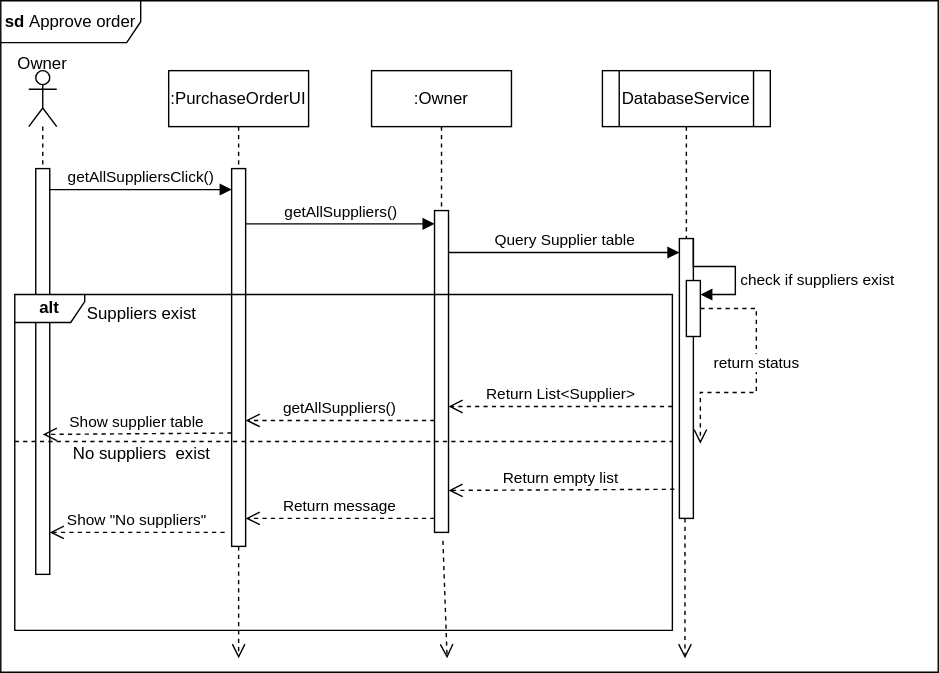
Above: approve_order.svg in Simamkele88/IFM3_GP (draw.io), before the change. Source tidied: cells renumbered, new cells last; positions are measured from the earlier drawing's top-left corner, leaving out a move shared by most shapes. Its diagram source:
```xml
<mxGraphModel>
  <root>
    <mxCell id="0" />
    <mxCell id="1" parent="0" />
    <mxCell id="2" value="&lt;b&gt;sd&lt;/b&gt;&amp;nbsp;Approve order" style="shape=umlFrame;whiteSpace=wrap;html=1;width=100;height=30;" parent="1" vertex="1">
      <mxGeometry width="670" height="480" as="geometry" />
    </mxCell>
    <mxCell id="3" style="shape=umlLifeline;perimeter=lifelinePerimeter;whiteSpace=wrap;html=1;newEdgeStyle={&quot;curved&quot;:0,&quot;rounded&quot;:0};participant=umlActor;" parent="1" vertex="1">
      <mxGeometry x="20" y="50" width="20" height="80" as="geometry" />
    </mxCell>
    <mxCell id="4" value=":PurchaseOrderUI" style="shape=umlLifeline;perimeter=lifelinePerimeter;whiteSpace=wrap;html=1;newEdgeStyle={&quot;curved&quot;:0,&quot;rounded&quot;:0};" parent="1" vertex="1">
      <mxGeometry x="120" y="50" width="100" height="340" as="geometry" />
    </mxCell>
    <mxCell id="5" style="html=1;points=[[0,0,0,0,5],[0,1,0,0,-5],[1,0,0,0,5],[1,1,0,0,-5]];perimeter=orthogonalPerimeter;outlineConnect=0;targetShapes=umlLifeline;portConstraint=eastwest;newEdgeStyle={&quot;curved&quot;:0,&quot;rounded&quot;:0};" parent="4" vertex="1">
      <mxGeometry x="45" y="70" width="10" height="270" as="geometry" />
    </mxCell>
    <mxCell id="6" style="html=1;points=[[0,0,0,0,5],[0,1,0,0,-5],[1,0,0,0,5],[1,1,0,0,-5]];perimeter=orthogonalPerimeter;outlineConnect=0;targetShapes=umlLifeline;portConstraint=eastwest;newEdgeStyle={&quot;curved&quot;:0,&quot;rounded&quot;:0};" parent="1" vertex="1">
      <mxGeometry x="25" y="120" width="10" height="290" as="geometry" />
    </mxCell>
    <mxCell id="7" value="getAllSuppliersClick()" style="html=1;verticalAlign=bottom;endArrow=block;curved=0;rounded=0;" parent="1" edge="1" source="6" target="5">
      <mxGeometry relative="1" as="geometry">
        <Array as="points">
          <mxPoint x="100" y="135" />
        </Array>
      </mxGeometry>
    </mxCell>
    <mxCell id="8" value=":Owner" style="shape=umlLifeline;perimeter=lifelinePerimeter;whiteSpace=wrap;html=1;newEdgeStyle={&quot;curved&quot;:0,&quot;rounded&quot;:0};" parent="1" vertex="1">
      <mxGeometry x="265" y="50" width="100" height="100" as="geometry" />
    </mxCell>
    <mxCell id="9" style="html=1;points=[[0,0,0,0,5],[0,1,0,0,-5],[1,0,0,0,5],[1,1,0,0,-5]];perimeter=orthogonalPerimeter;outlineConnect=0;targetShapes=umlLifeline;portConstraint=eastwest;newEdgeStyle={&quot;curved&quot;:0,&quot;rounded&quot;:0};" parent="1" vertex="1">
      <mxGeometry x="310" y="150" width="10" height="230" as="geometry" />
    </mxCell>
    <mxCell id="10" value="getAllSuppliers()" style="html=1;verticalAlign=bottom;endArrow=block;curved=0;rounded=0;" parent="1" edge="1">
      <mxGeometry x="0.01" relative="1" as="geometry">
        <mxPoint x="175" y="159.5" as="sourcePoint" />
        <mxPoint x="310" y="159.5" as="targetPoint" />
        <Array as="points">
          <mxPoint x="245" y="159.5" />
        </Array>
      </mxGeometry>
    </mxCell>
    <mxCell id="11" value="DatabaseService" style="shape=process;whiteSpace=wrap;html=1;backgroundOutline=1;" parent="1" vertex="1">
      <mxGeometry x="430" y="50" width="120" height="40" as="geometry" />
    </mxCell>
    <mxCell id="12" style="html=1;points=[[0,0,0,0,5],[0,1,0,0,-5],[1,0,0,0,5],[1,1,0,0,-5]];perimeter=orthogonalPerimeter;outlineConnect=0;targetShapes=umlLifeline;portConstraint=eastwest;newEdgeStyle={&quot;curved&quot;:0,&quot;rounded&quot;:0};" parent="1" vertex="1">
      <mxGeometry x="485" y="170" width="10" height="200" as="geometry" />
    </mxCell>
    <mxCell id="13" style="html=1;verticalAlign=bottom;endArrow=none;dashed=1;endSize=8;curved=0;rounded=0;startFill=0;exitX=0.5;exitY=1;exitDx=0;exitDy=0;" parent="1" edge="1" source="11" target="12">
      <mxGeometry relative="1" as="geometry" />
    </mxCell>
    <mxCell id="14" style="html=1;verticalAlign=bottom;endArrow=open;dashed=1;endSize=8;curved=0;rounded=0;" parent="1" edge="1" source="5">
      <mxGeometry relative="1" as="geometry">
        <mxPoint x="170" y="470" as="targetPoint" />
      </mxGeometry>
    </mxCell>
    <mxCell id="15" style="html=1;verticalAlign=bottom;endArrow=open;dashed=1;endSize=8;curved=0;rounded=0;exitX=0.6;exitY=1.026;exitDx=0;exitDy=0;exitPerimeter=0;" parent="1" edge="1" source="9">
      <mxGeometry relative="1" as="geometry">
        <mxPoint x="319" y="470" as="targetPoint" />
      </mxGeometry>
    </mxCell>
    <mxCell id="16" style="html=1;verticalAlign=bottom;endArrow=open;dashed=1;endSize=8;curved=0;rounded=0;" parent="1" edge="1">
      <mxGeometry relative="1" as="geometry">
        <mxPoint x="489" y="370" as="sourcePoint" />
        <mxPoint x="489" y="470" as="targetPoint" />
      </mxGeometry>
    </mxCell>
    <mxCell id="17" value="Query Supplier table" style="html=1;verticalAlign=bottom;endArrow=block;curved=0;rounded=0;" parent="1" edge="1" target="12">
      <mxGeometry relative="1" as="geometry">
        <mxPoint x="320" y="180" as="sourcePoint" />
      </mxGeometry>
    </mxCell>
    <mxCell id="18" style="html=1;points=[[0,0,0,0,5],[0,1,0,0,-5],[1,0,0,0,5],[1,1,0,0,-5]];perimeter=orthogonalPerimeter;outlineConnect=0;targetShapes=umlLifeline;portConstraint=eastwest;newEdgeStyle={&quot;curved&quot;:0,&quot;rounded&quot;:0};" parent="1" vertex="1">
      <mxGeometry x="490" y="200" width="10" height="40" as="geometry" />
    </mxCell>
    <mxCell id="19" value="check if suppliers exist" style="html=1;align=left;spacingLeft=2;endArrow=block;rounded=0;edgeStyle=orthogonalEdgeStyle;curved=0;rounded=0;" parent="1" edge="1" target="18">
      <mxGeometry x="0.26" relative="1" as="geometry">
        <mxPoint x="495" y="170" as="sourcePoint" />
        <Array as="points">
          <mxPoint x="495" y="190" />
          <mxPoint x="525" y="190" />
          <mxPoint x="525" y="210" />
        </Array>
      </mxGeometry>
    </mxCell>
    <mxCell id="20" value="Owner" style="text;html=1;align=center;verticalAlign=middle;whiteSpace=wrap;rounded=0;" parent="1" vertex="1">
      <mxGeometry y="30" width="60" height="30" as="geometry" />
    </mxCell>
    <mxCell id="21" value="&lt;b&gt;alt&lt;/b&gt;" style="shape=umlFrame;whiteSpace=wrap;html=1;width=50;height=20;" parent="1" vertex="1">
      <mxGeometry x="10" y="210" width="470" height="240" as="geometry" />
    </mxCell>
    <mxCell id="22" value="Suppliers exist" style="text;html=1;" parent="21" vertex="1">
      <mxGeometry width="100" height="20" relative="1" as="geometry">
        <mxPoint x="50" as="offset" />
      </mxGeometry>
    </mxCell>
    <mxCell id="23" style="line;strokeWidth=1;dashed=1;labelPosition=center;verticalLabelPosition=bottom;align=left;verticalAlign=top;spacingLeft=20;spacingTop=15;html=1;whiteSpace=wrap;" parent="21" vertex="1">
      <mxGeometry y="100" width="470" height="10" as="geometry" />
    </mxCell>
    <mxCell id="24" value="No suppliers&amp;nbsp; exist" style="text;html=1;" parent="21" vertex="1">
      <mxGeometry x="40" y="100" width="100" height="20" as="geometry" />
    </mxCell>
    <mxCell id="25" value="Return List&amp;lt;Supplier&amp;gt;" style="html=1;verticalAlign=bottom;endArrow=open;dashed=1;endSize=8;curved=0;rounded=0;" parent="21" edge="1">
      <mxGeometry relative="1" as="geometry">
        <mxPoint x="470" y="80" as="sourcePoint" />
        <mxPoint x="310" y="80" as="targetPoint" />
      </mxGeometry>
    </mxCell>
    <mxCell id="26" value="getAllSuppliers()" style="html=1;verticalAlign=bottom;endArrow=open;dashed=1;endSize=8;curved=0;rounded=0;" parent="21" edge="1" target="5">
      <mxGeometry relative="1" as="geometry">
        <mxPoint x="300" y="90" as="sourcePoint" />
      </mxGeometry>
    </mxCell>
    <mxCell id="27" value="Show supplier table" style="html=1;verticalAlign=bottom;endArrow=open;dashed=1;endSize=8;curved=0;rounded=0;" parent="21" edge="1">
      <mxGeometry relative="1" as="geometry">
        <mxPoint x="155" y="99" as="sourcePoint" />
        <mxPoint x="20" y="100" as="targetPoint" />
      </mxGeometry>
    </mxCell>
    <mxCell id="28" value="Return empty list" style="html=1;verticalAlign=bottom;endArrow=open;dashed=1;endSize=8;curved=0;rounded=0;exitX=1.003;exitY=0.58;exitDx=0;exitDy=0;exitPerimeter=0;" parent="21" edge="1" source="21">
      <mxGeometry relative="1" as="geometry">
        <mxPoint x="310" y="140" as="targetPoint" />
      </mxGeometry>
    </mxCell>
    <mxCell id="29" value="Return message" style="html=1;verticalAlign=bottom;endArrow=open;dashed=1;endSize=8;curved=0;rounded=0;" parent="21" edge="1" target="5">
      <mxGeometry relative="1" as="geometry">
        <mxPoint x="300" y="160" as="sourcePoint" />
      </mxGeometry>
    </mxCell>
    <mxCell id="30" value="Show &quot;No suppliers&quot;" style="html=1;verticalAlign=bottom;endArrow=open;dashed=1;endSize=8;curved=0;rounded=0;" parent="21" edge="1" target="6">
      <mxGeometry relative="1" as="geometry">
        <mxPoint x="150" y="170" as="sourcePoint" />
      </mxGeometry>
    </mxCell>
    <mxCell id="31" value="return status" style="html=1;verticalAlign=bottom;endArrow=open;dashed=1;endSize=8;rounded=0;edgeStyle=orthogonalEdgeStyle;entryX=1.5;entryY=0.733;entryDx=0;entryDy=0;entryPerimeter=0;" parent="1" edge="1" source="18" target="12">
      <mxGeometry relative="1" as="geometry">
        <Array as="points">
          <mxPoint x="540" y="220" />
          <mxPoint x="540" y="280" />
        </Array>
      </mxGeometry>
    </mxCell>
  </root>
</mxGraphModel>
```
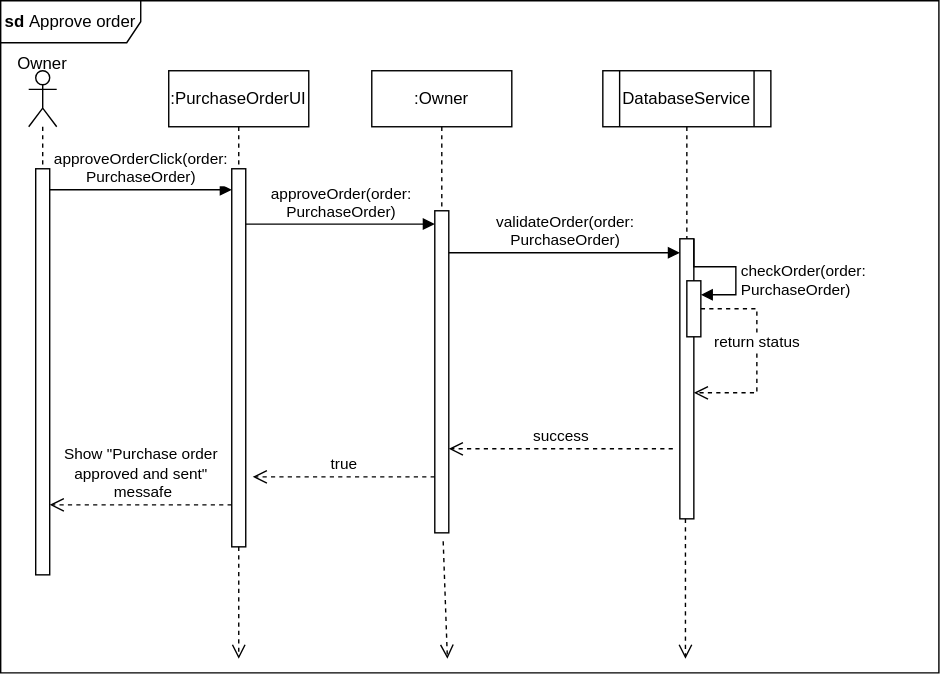
Later version of the same file.

What changed in the source:
```diff
@@ -17,7 +17,7 @@
     <mxCell id="6" style="html=1;points=[[0,0,0,0,5],[0,1,0,0,-5],[1,0,0,0,5],[1,1,0,0,-5]];perimeter=orthogonalPerimeter;outlineConnect=0;targetShapes=umlLifeline;portConstraint=eastwest;newEdgeStyle={&quot;curved&quot;:0,&quot;rounded&quot;:0};" parent="1" vertex="1">
       <mxGeometry x="25" y="120" width="10" height="290" as="geometry" />
     </mxCell>
-    <mxCell id="7" value="getAllSuppliersClick()" style="html=1;verticalAlign=bottom;endArrow=block;curved=0;rounded=0;" parent="1" edge="1" source="6" target="5">
+    <mxCell id="7" value="approveOrderClick(order:&lt;div&gt;PurchaseOrder)&lt;/div&gt;" style="html=1;verticalAlign=bottom;endArrow=block;curved=0;rounded=0;" parent="1" edge="1" source="6" target="5">
       <mxGeometry relative="1" as="geometry">
         <Array as="points">
           <mxPoint x="100" y="135" />
@@ -30,7 +30,7 @@
     <mxCell id="9" style="html=1;points=[[0,0,0,0,5],[0,1,0,0,-5],[1,0,0,0,5],[1,1,0,0,-5]];perimeter=orthogonalPerimeter;outlineConnect=0;targetShapes=umlLifeline;portConstraint=eastwest;newEdgeStyle={&quot;curved&quot;:0,&quot;rounded&quot;:0};" parent="1" vertex="1">
       <mxGeometry x="310" y="150" width="10" height="230" as="geometry" />
     </mxCell>
-    <mxCell id="10" value="getAllSuppliers()" style="html=1;verticalAlign=bottom;endArrow=block;curved=0;rounded=0;" parent="1" edge="1">
+    <mxCell id="10" value="approveOrder(order:&lt;div&gt;PurchaseOrder)&lt;/div&gt;" style="html=1;verticalAlign=bottom;endArrow=block;curved=0;rounded=0;" parent="1" edge="1">
       <mxGeometry x="0.01" relative="1" as="geometry">
         <mxPoint x="175" y="159.5" as="sourcePoint" />
         <mxPoint x="310" y="159.5" as="targetPoint" />
@@ -64,7 +64,7 @@
         <mxPoint x="489" y="470" as="targetPoint" />
       </mxGeometry>
     </mxCell>
-    <mxCell id="17" value="Query Supplier table" style="html=1;verticalAlign=bottom;endArrow=block;curved=0;rounded=0;" parent="1" edge="1" target="12">
+    <mxCell id="17" value="validateOrder(order:&lt;div&gt;PurchaseOrder)&lt;/div&gt;" style="html=1;verticalAlign=bottom;endArrow=block;curved=0;rounded=0;" parent="1" edge="1" target="12">
       <mxGeometry relative="1" as="geometry">
         <mxPoint x="320" y="180" as="sourcePoint" />
       </mxGeometry>
@@ -72,7 +72,7 @@
     <mxCell id="18" style="html=1;points=[[0,0,0,0,5],[0,1,0,0,-5],[1,0,0,0,5],[1,1,0,0,-5]];perimeter=orthogonalPerimeter;outlineConnect=0;targetShapes=umlLifeline;portConstraint=eastwest;newEdgeStyle={&quot;curved&quot;:0,&quot;rounded&quot;:0};" parent="1" vertex="1">
       <mxGeometry x="490" y="200" width="10" height="40" as="geometry" />
     </mxCell>
-    <mxCell id="19" value="check if suppliers exist" style="html=1;align=left;spacingLeft=2;endArrow=block;rounded=0;edgeStyle=orthogonalEdgeStyle;curved=0;rounded=0;" parent="1" edge="1" target="18">
+    <mxCell id="19" value="checkOrder(order:&lt;div&gt;PurchaseOrder)&lt;/div&gt;" style="html=1;align=left;spacingLeft=2;endArrow=block;rounded=0;edgeStyle=orthogonalEdgeStyle;curved=0;rounded=0;" parent="1" edge="1" target="18">
       <mxGeometry x="0.26" relative="1" as="geometry">
         <mxPoint x="495" y="170" as="sourcePoint" />
         <Array as="points">
@@ -85,53 +85,7 @@
     <mxCell id="20" value="Owner" style="text;html=1;align=center;verticalAlign=middle;whiteSpace=wrap;rounded=0;" parent="1" vertex="1">
       <mxGeometry y="30" width="60" height="30" as="geometry" />
     </mxCell>
-    <mxCell id="21" value="&lt;b&gt;alt&lt;/b&gt;" style="shape=umlFrame;whiteSpace=wrap;html=1;width=50;height=20;" parent="1" vertex="1">
-      <mxGeometry x="10" y="210" width="470" height="240" as="geometry" />
-    </mxCell>
-    <mxCell id="22" value="Suppliers exist" style="text;html=1;" parent="21" vertex="1">
-      <mxGeometry width="100" height="20" relative="1" as="geometry">
-        <mxPoint x="50" as="offset" />
-      </mxGeometry>
-    </mxCell>
-    <mxCell id="23" style="line;strokeWidth=1;dashed=1;labelPosition=center;verticalLabelPosition=bottom;align=left;verticalAlign=top;spacingLeft=20;spacingTop=15;html=1;whiteSpace=wrap;" parent="21" vertex="1">
-      <mxGeometry y="100" width="470" height="10" as="geometry" />
-    </mxCell>
-    <mxCell id="24" value="No suppliers&amp;nbsp; exist" style="text;html=1;" parent="21" vertex="1">
-      <mxGeometry x="40" y="100" width="100" height="20" as="geometry" />
-    </mxCell>
-    <mxCell id="25" value="Return List&amp;lt;Supplier&amp;gt;" style="html=1;verticalAlign=bottom;endArrow=open;dashed=1;endSize=8;curved=0;rounded=0;" parent="21" edge="1">
-      <mxGeometry relative="1" as="geometry">
-        <mxPoint x="470" y="80" as="sourcePoint" />
-        <mxPoint x="310" y="80" as="targetPoint" />
-      </mxGeometry>
-    </mxCell>
-    <mxCell id="26" value="getAllSuppliers()" style="html=1;verticalAlign=bottom;endArrow=open;dashed=1;endSize=8;curved=0;rounded=0;" parent="21" edge="1" target="5">
-      <mxGeometry relative="1" as="geometry">
-        <mxPoint x="300" y="90" as="sourcePoint" />
-      </mxGeometry>
-    </mxCell>
-    <mxCell id="27" value="Show supplier table" style="html=1;verticalAlign=bottom;endArrow=open;dashed=1;endSize=8;curved=0;rounded=0;" parent="21" edge="1">
-      <mxGeometry relative="1" as="geometry">
-        <mxPoint x="155" y="99" as="sourcePoint" />
-        <mxPoint x="20" y="100" as="targetPoint" />
-      </mxGeometry>
-    </mxCell>
-    <mxCell id="28" value="Return empty list" style="html=1;verticalAlign=bottom;endArrow=open;dashed=1;endSize=8;curved=0;rounded=0;exitX=1.003;exitY=0.58;exitDx=0;exitDy=0;exitPerimeter=0;" parent="21" edge="1" source="21">
-      <mxGeometry relative="1" as="geometry">
-        <mxPoint x="310" y="140" as="targetPoint" />
-      </mxGeometry>
-    </mxCell>
-    <mxCell id="29" value="Return message" style="html=1;verticalAlign=bottom;endArrow=open;dashed=1;endSize=8;curved=0;rounded=0;" parent="21" edge="1" target="5">
-      <mxGeometry relative="1" as="geometry">
-        <mxPoint x="300" y="160" as="sourcePoint" />
-      </mxGeometry>
-    </mxCell>
-    <mxCell id="30" value="Show &quot;No suppliers&quot;" style="html=1;verticalAlign=bottom;endArrow=open;dashed=1;endSize=8;curved=0;rounded=0;" parent="21" edge="1" target="6">
-      <mxGeometry relative="1" as="geometry">
-        <mxPoint x="150" y="170" as="sourcePoint" />
-      </mxGeometry>
-    </mxCell>
-    <mxCell id="31" value="return status" style="html=1;verticalAlign=bottom;endArrow=open;dashed=1;endSize=8;rounded=0;edgeStyle=orthogonalEdgeStyle;entryX=1.5;entryY=0.733;entryDx=0;entryDy=0;entryPerimeter=0;" parent="1" edge="1" source="18" target="12">
+    <mxCell id="31" value="return status" style="html=1;verticalAlign=bottom;endArrow=open;dashed=1;endSize=8;rounded=0;edgeStyle=orthogonalEdgeStyle;" parent="1" edge="1" source="18" target="12">
       <mxGeometry relative="1" as="geometry">
         <Array as="points">
           <mxPoint x="540" y="220" />
@@ -139,5 +93,21 @@
         </Array>
       </mxGeometry>
     </mxCell>
+    <mxCell id="32" value="success" style="html=1;verticalAlign=bottom;endArrow=open;dashed=1;endSize=8;curved=0;rounded=0;" parent="1" edge="1" target="9">
+      <mxGeometry relative="1" as="geometry">
+        <mxPoint x="480" y="320" as="sourcePoint" />
+      </mxGeometry>
+    </mxCell>
+    <mxCell id="33" value="true" style="html=1;verticalAlign=bottom;endArrow=open;dashed=1;endSize=8;curved=0;rounded=0;" parent="1" edge="1" source="9">
+      <mxGeometry relative="1" as="geometry">
+        <mxPoint x="180" y="340" as="targetPoint" />
+      </mxGeometry>
+    </mxCell>
+    <mxCell id="34" value="Show &quot;Purchase order&lt;div&gt;approved and sent&quot;&lt;/div&gt;&lt;div&gt;&amp;nbsp;messafe&lt;/div&gt;" style="html=1;verticalAlign=bottom;endArrow=open;dashed=1;endSize=8;curved=0;rounded=0;" parent="1" edge="1">
+      <mxGeometry relative="1" as="geometry">
+        <mxPoint x="165" y="360" as="sourcePoint" />
+        <mxPoint x="35" y="360" as="targetPoint" />
+      </mxGeometry>
+    </mxCell>
   </root>
 </mxGraphModel>
```
